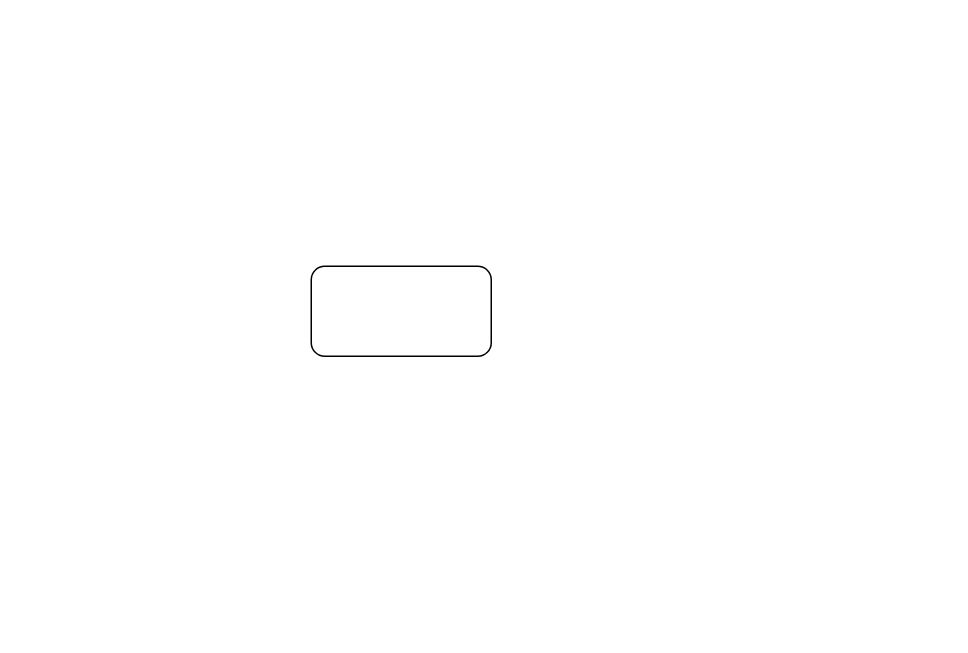
chengaomin/Quality-Assurance-System keeps this draw.io diagram as 未命名绘图.drawio. Above is the earlier version. Source tidied: cells renumbered, new cells numbered last; positions are measured from the earlier drawing's top-left corner, leaving out a move shared by most shapes. Both pictures are drawn from the tidied source at 150%, with x=0, y=0 at pixel (310, 266).
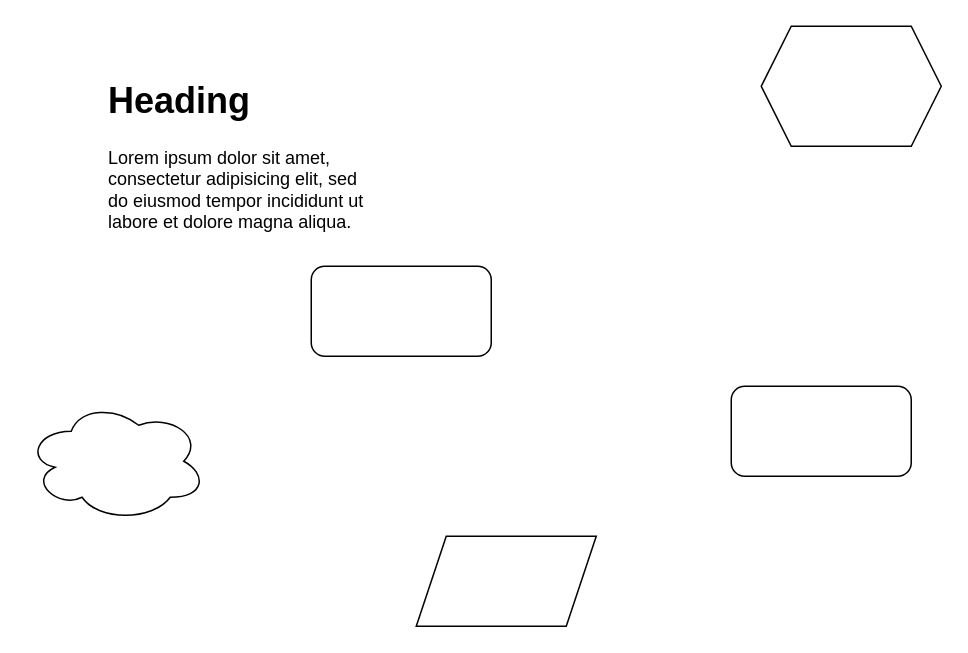
The same page after the edit.

Commit message (it also covers changes not shown here):
更新未命名绘图.drawio

Diff of the diagram source:
```diff
@@
 <mxGraphModel>
   <root>
     <mxCell id="0" />
     <mxCell id="1" parent="0" />
     <mxCell id="2" style="rounded=1;whiteSpace=wrap;html=1;" parent="1" vertex="1">
       <mxGeometry width="120" height="60" as="geometry" />
     </mxCell>
+    <mxCell id="3" style="shape=parallelogram;perimeter=parallelogramPerimeter;whiteSpace=wrap;html=1;fixedSize=1;" parent="1" vertex="1">
+      <mxGeometry x="70" y="180" width="120" height="60" as="geometry" />
+    </mxCell>
+    <mxCell id="4" style="ellipse;shape=cloud;whiteSpace=wrap;html=1;" parent="1" vertex="1">
+      <mxGeometry x="-190" y="90" width="120" height="80" as="geometry" />
+    </mxCell>
+    <mxCell id="5" style="shape=hexagon;perimeter=hexagonPerimeter2;whiteSpace=wrap;html=1;fixedSize=1;" parent="1" vertex="1">
+      <mxGeometry x="300" y="-160" width="120" height="80" as="geometry" />
+    </mxCell>
+    <mxCell id="6" style="rounded=1;whiteSpace=wrap;html=1;" parent="1" vertex="1">
+      <mxGeometry x="280" y="80" width="120" height="60" as="geometry" />
+    </mxCell>
+    <mxCell id="7" value="&lt;h1&gt;Heading&lt;/h1&gt;&lt;p&gt;Lorem ipsum dolor sit amet, consectetur adipisicing elit, sed do eiusmod tempor incididunt ut labore et dolore magna aliqua.&lt;/p&gt;" style="text;html=1;strokeColor=none;fillColor=none;spacing=5;spacingTop=-20;whiteSpace=wrap;overflow=hidden;rounded=0;" parent="1" vertex="1">
+      <mxGeometry x="-140" y="-130" width="190" height="120" as="geometry" />
+    </mxCell>
   </root>
 </mxGraphModel>
```
